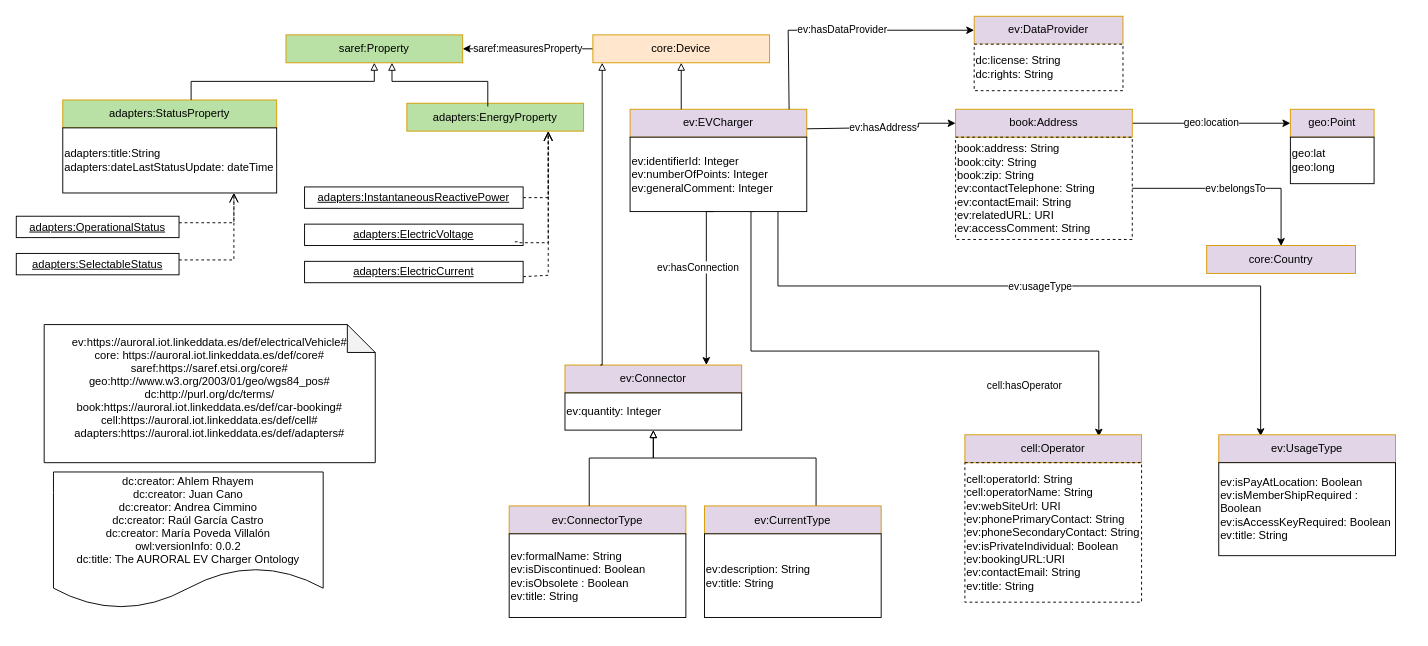
Earlier version of the draw.io diagram diagrams/EV-charger.drawio (oeg-upm/auroral-VehicleCharger-ontology). Source tidied: cells renumbered, new cells numbered last; positions are measured from the earlier drawing's top-left corner, leaving out a move shared by most shapes. Both pictures are drawn from the tidied source at 93%, with x=0, y=0 at pixel (16, 16).
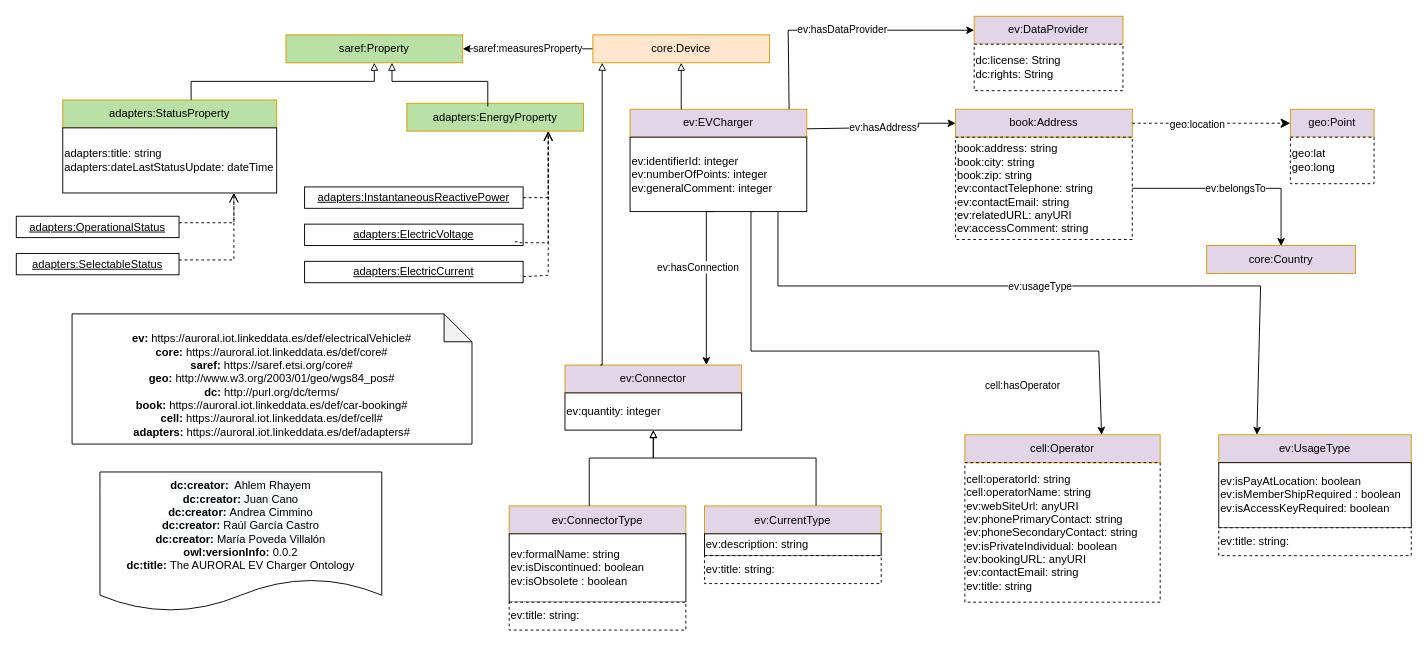
Above is the later version.

Unchanged cells that the change refers to:
```xml
<mxCell id="17" value="book:Address" style="rounded=0;whiteSpace=wrap;html=1;snapToPoint=1;points=[[0.1,0],[0.2,0],[0.3,0],[0.4,0],[0.5,0],[0.6,0],[0.7,0],[0.8,0],[0.9,0],[0,0.1],[0,0.3],[0,0.5],[0,0.7],[0,0.9],[0.1,1],[0.2,1],[0.3,1],[0.4,1],[0.5,1],[0.6,1],[0.7,1],[0.8,1],[0.9,1],[1,0.1],[1,0.3],[1,0.5],[1,0.7],[1,0.9]];fillColor=#E1D5E7;strokeColor=#d79b00;shadow=0;" parent="1" vertex="1">
  <mxGeometry x="1010" y="100" width="190" height="30" as="geometry" />
</mxCell>
<mxCell id="20" value="geo:Point" style="rounded=0;whiteSpace=wrap;html=1;snapToPoint=1;points=[[0.1,0],[0.2,0],[0.3,0],[0.4,0],[0.5,0],[0.6,0],[0.7,0],[0.8,0],[0.9,0],[0,0.1],[0,0.3],[0,0.5],[0,0.7],[0,0.9],[0.1,1],[0.2,1],[0.3,1],[0.4,1],[0.5,1],[0.6,1],[0.7,1],[0.8,1],[0.9,1],[1,0.1],[1,0.3],[1,0.5],[1,0.7],[1,0.9]];fillColor=#E1D5E7;strokeColor=#d79b00;shadow=0;" parent="1" vertex="1">
  <mxGeometry x="1370" y="100" width="90" height="30" as="geometry" />
</mxCell>
```

The edit, as a diff of the source:
```diff
@@
-    <mxCell id="7" style="edgeStyle=orthogonalEdgeStyle;rounded=0;jettySize=auto;html=1;entryX=0.758;entryY=0.067;entryDx=0;entryDy=0;entryPerimeter=0;exitX=0.7;exitY=1;exitDx=0;exitDy=0;" parent="1" edge="1" source="11" target="12">
+    <mxCell id="7" style="edgeStyle=orthogonalEdgeStyle;rounded=0;jettySize=auto;html=1;exitX=0.7;exitY=1;exitDx=0;exitDy=0;" parent="1" edge="1" source="11" target="12">
       <mxGeometry relative="1" as="geometry">
         <Array as="points">
           <mxPoint x="790" y="210" />
           <mxPoint x="790" y="360" />
           <mxPoint x="1164" y="360" />
         </Array>
       </mxGeometry>
     </mxCell>
@@
-    <mxCell id="9" style="edgeStyle=orthogonalEdgeStyle;rounded=0;jettySize=auto;html=1;exitX=0.837;exitY=1;exitDx=0;exitDy=0;exitPerimeter=0;entryX=0.237;entryY=0.05;entryDx=0;entryDy=0;entryPerimeter=0;" parent="1" edge="1" source="11" target="14">
+    <mxCell id="9" style="edgeStyle=orthogonalEdgeStyle;rounded=0;jettySize=auto;html=1;exitX=0.837;exitY=1;exitDx=0;exitDy=0;exitPerimeter=0;" parent="1" edge="1" source="11" target="14">
       <mxGeometry relative="1" as="geometry">
         <Array as="points">
           <mxPoint x="819" y="290" />
           <mxPoint x="1338" y="290" />
         </Array>
       </mxGeometry>
     </mxCell>
@@
-    <mxCell id="11" value="ev:identifierId: Integer&amp;nbsp;&lt;br&gt;ev:numberOfPoints: Integer&lt;br&gt;ev:generalComment: Integer" style="rounded=0;whiteSpace=wrap;html=1;snapToPoint=1;points=[[0.1,0],[0.2,0],[0.3,0],[0.4,0],[0.5,0],[0.6,0],[0.7,0],[0.8,0],[0.9,0],[0,0.1],[0,0.3],[0,0.5],[0,0.7],[0,0.9],[0.1,1],[0.2,1],[0.3,1],[0.4,1],[0.5,1],[0.6,1],[0.7,1],[0.8,1],[0.9,1],[1,0.1],[1,0.3],[1,0.5],[1,0.7],[1,0.9]];align=left;" parent="1" vertex="1">
+    <mxCell id="11" value="ev:identifierId: integer&amp;nbsp;&lt;br&gt;ev:numberOfPoints: integer&lt;br&gt;ev:generalComment: integer" style="rounded=0;whiteSpace=wrap;html=1;snapToPoint=1;points=[[0.1,0],[0.2,0],[0.3,0],[0.4,0],[0.5,0],[0.6,0],[0.7,0],[0.8,0],[0.9,0],[0,0.1],[0,0.3],[0,0.5],[0,0.7],[0,0.9],[0.1,1],[0.2,1],[0.3,1],[0.4,1],[0.5,1],[0.6,1],[0.7,1],[0.8,1],[0.9,1],[1,0.1],[1,0.3],[1,0.5],[1,0.7],[1,0.9]];align=left;" parent="1" vertex="1">
       <mxGeometry x="660" y="130" width="190" height="80" as="geometry" />
     </mxCell>
     <mxCell id="12" value="cell:Operator" style="rounded=0;whiteSpace=wrap;html=1;snapToPoint=1;points=[[0.1,0],[0.2,0],[0.3,0],[0.4,0],[0.5,0],[0.6,0],[0.7,0],[0.8,0],[0.9,0],[0,0.1],[0,0.3],[0,0.5],[0,0.7],[0,0.9],[0.1,1],[0.2,1],[0.3,1],[0.4,1],[0.5,1],[0.6,1],[0.7,1],[0.8,1],[0.9,1],[1,0.1],[1,0.3],[1,0.5],[1,0.7],[1,0.9]];fillColor=#E1D5E7;strokeColor=#d79b00;shadow=0;" parent="1" vertex="1">
-      <mxGeometry x="1020" y="450" width="190" height="30" as="geometry" />
+      <mxGeometry x="1020" y="450" width="210" height="30" as="geometry" />
     </mxCell>
@@
     <mxCell id="14" value="&lt;span style=&quot;font-weight: normal&quot;&gt;ev:UsageType&lt;/span&gt;" style="rounded=0;whiteSpace=wrap;html=1;snapToPoint=1;points=[[0.1,0],[0.2,0],[0.3,0],[0.4,0],[0.5,0],[0.6,0],[0.7,0],[0.8,0],[0.9,0],[0,0.1],[0,0.3],[0,0.5],[0,0.7],[0,0.9],[0.1,1],[0.2,1],[0.3,1],[0.4,1],[0.5,1],[0.6,1],[0.7,1],[0.8,1],[0.9,1],[1,0.1],[1,0.3],[1,0.5],[1,0.7],[1,0.9]];fillColor=#E1D5E7;strokeColor=#d79b00;shadow=0;fontStyle=1;" parent="1" vertex="1">
-      <mxGeometry x="1293" y="450" width="190" height="30" as="geometry" />
+      <mxGeometry x="1293" y="450" width="207" height="30" as="geometry" />
     </mxCell>
-    <mxCell id="15" value="ev:isPayAtLocation: Boolean&lt;br&gt;ev:isMemberShipRequired : Boolean&lt;br&gt;ev:isAccessKeyRequired: Boolean&amp;nbsp;&lt;br&gt;ev:title: String" style="rounded=0;whiteSpace=wrap;html=1;align=left;" parent="1" vertex="1">
-      <mxGeometry x="1293" y="480" width="190" height="100" as="geometry" />
+    <mxCell id="15" value="ev:isPayAtLocation: boolean&lt;br&gt;ev:isMemberShipRequired : boolean&lt;br&gt;ev:isAccessKeyRequired: boolean&amp;nbsp;&lt;br&gt;" style="rounded=0;whiteSpace=wrap;html=1;align=left;" parent="1" vertex="1">
+      <mxGeometry x="1293" y="480" width="207" height="70" as="geometry" />
     </mxCell>
-    <mxCell id="16" value="geo:location" style="edgeStyle=orthogonalEdgeStyle;rounded=0;jettySize=auto;html=1;" parent="1" edge="1" source="17" target="20">
-      <mxGeometry relative="1" as="geometry" />
-    </mxCell>
@@
-    <mxCell id="21" value="geo:lat&lt;br&gt;geo:long" style="rounded=0;whiteSpace=wrap;html=1;align=left;" parent="1" vertex="1">
-      <mxGeometry x="1370" y="130" width="90" height="50" as="geometry" />
-    </mxCell>
@@
-    <mxCell id="25" value="adapters:title:String&lt;br&gt;adapters:dateLastStatusUpdate: dateTime" style="rounded=0;whiteSpace=wrap;html=1;snapToPoint=1;points=[[0.1,0],[0.2,0],[0.3,0],[0.4,0],[0.5,0],[0.6,0],[0.7,0],[0.8,0],[0.9,0],[0,0.1],[0,0.3],[0,0.5],[0,0.7],[0,0.9],[0.1,1],[0.2,1],[0.3,1],[0.4,1],[0.5,1],[0.6,1],[0.7,1],[0.8,1],[0.9,1],[1,0.1],[1,0.3],[1,0.5],[1,0.7],[1,0.9]];align=left;" parent="1" vertex="1">
+    <mxCell id="25" value="adapters:title: string&lt;br&gt;adapters:dateLastStatusUpdate: dateTime" style="rounded=0;whiteSpace=wrap;html=1;snapToPoint=1;points=[[0.1,0],[0.2,0],[0.3,0],[0.4,0],[0.5,0],[0.6,0],[0.7,0],[0.8,0],[0.9,0],[0,0.1],[0,0.3],[0,0.5],[0,0.7],[0,0.9],[0.1,1],[0.2,1],[0.3,1],[0.4,1],[0.5,1],[0.6,1],[0.7,1],[0.8,1],[0.9,1],[1,0.1],[1,0.3],[1,0.5],[1,0.7],[1,0.9]];align=left;" parent="1" vertex="1">
       <mxGeometry x="50" y="120" width="230" height="70" as="geometry" />
     </mxCell>
@@
-    <mxCell id="28" value="ev:formalName: String&lt;br&gt;ev:isDiscontinued: Boolean&lt;br&gt;ev:isObsolete : Boolean&lt;br&gt;ev:title: String" style="rounded=0;whiteSpace=wrap;html=1;align=left;" parent="1" vertex="1">
-      <mxGeometry x="530" y="556.5" width="190" height="90" as="geometry" />
+    <mxCell id="28" value="ev:formalName: string&lt;br&gt;ev:isDiscontinued: boolean&lt;br&gt;ev:isObsolete : boolean" style="rounded=0;whiteSpace=wrap;html=1;align=left;" parent="1" vertex="1">
+      <mxGeometry x="530" y="556.5" width="190" height="73.5" as="geometry" />
     </mxCell>
@@
-    <mxCell id="36" value="ev:quantity: Integer" style="rounded=0;whiteSpace=wrap;html=1;snapToPoint=1;points=[[0.1,0],[0.2,0],[0.3,0],[0.4,0],[0.5,0],[0.6,0],[0.7,0],[0.8,0],[0.9,0],[0,0.1],[0,0.3],[0,0.5],[0,0.7],[0,0.9],[0.1,1],[0.2,1],[0.3,1],[0.4,1],[0.5,1],[0.6,1],[0.7,1],[0.8,1],[0.9,1],[1,0.1],[1,0.3],[1,0.5],[1,0.7],[1,0.9]];align=left;" parent="1" vertex="1">
+    <mxCell id="36" value="ev:quantity: integer" style="rounded=0;whiteSpace=wrap;html=1;snapToPoint=1;points=[[0.1,0],[0.2,0],[0.3,0],[0.4,0],[0.5,0],[0.6,0],[0.7,0],[0.8,0],[0.9,0],[0,0.1],[0,0.3],[0,0.5],[0,0.7],[0,0.9],[0.1,1],[0.2,1],[0.3,1],[0.4,1],[0.5,1],[0.6,1],[0.7,1],[0.8,1],[0.9,1],[1,0.1],[1,0.3],[1,0.5],[1,0.7],[1,0.9]];align=left;" parent="1" vertex="1">
       <mxGeometry x="590" y="405" width="190" height="40" as="geometry" />
     </mxCell>
@@
-    <mxCell id="41" value="ev:description: String&lt;br&gt;ev:title: String" style="rounded=0;whiteSpace=wrap;html=1;align=left;" parent="1" vertex="1">
-      <mxGeometry x="740" y="556.5" width="190" height="90" as="geometry" />
+    <mxCell id="41" value="ev:description: string&lt;br&gt;" style="rounded=0;whiteSpace=wrap;html=1;align=left;" parent="1" vertex="1">
+      <mxGeometry x="740" y="556.5" width="190" height="23.5" as="geometry" />
     </mxCell>
@@
-    <mxCell id="46" value="dc:creator: Ahlem Rhayem&#10;dc:creator: Juan Cano&#10;dc:creator: Andrea Cimmino&#10;dc:creator: Raúl García Castro&#10;dc:creator: María Poveda Villalón&#10;owl:versionInfo: 0.0.2&#10;dc:title: The AURORAL EV Charger Ontology" style="shape=document;boundedLbl=1;" parent="1" vertex="1">
-      <mxGeometry x="40" y="490" width="290" height="147" as="geometry" />
-    </mxCell>
-    <mxCell id="47" value="&#10;ev:https://auroral.iot.linkeddata.es/def/electricalVehicle#&#10;core: https://auroral.iot.linkeddata.es/def/core#&#10;saref:https://saref.etsi.org/core#&#10;geo:http://www.w3.org/2003/01/geo/wgs84_pos#&#10;dc:http://purl.org/dc/terms/&#10;book:https://auroral.iot.linkeddata.es/def/car-booking#&#10;cell:https://auroral.iot.linkeddata.es/def/cell#&#10;adapters:https://auroral.iot.linkeddata.es/def/adapters#&#10;&#10;" style="shape=note;backgroundOutline=1;darkOpacity=0.05;" parent="1" vertex="1">
-      <mxGeometry x="30" y="331.5" width="356" height="148.5" as="geometry" />
-    </mxCell>
@@
-    <mxCell id="53" value="book:address: String&lt;br&gt;book:city: String&lt;br&gt;book:zip: String&lt;br&gt;ev:contactTelephone: String&lt;br&gt;ev:contactEmail: String&lt;br&gt;ev:relatedURL: URI&lt;br&gt;ev:accessComment: String&amp;nbsp;" style="rounded=0;whiteSpace=wrap;html=1;snapToPoint=1;points=[[0.1,0],[0.2,0],[0.3,0],[0.4,0],[0.5,0],[0.6,0],[0.7,0],[0.8,0],[0.9,0],[0,0.1],[0,0.3],[0,0.5],[0,0.7],[0,0.9],[0.1,1],[0.2,1],[0.3,1],[0.4,1],[0.5,1],[0.6,1],[0.7,1],[0.8,1],[0.9,1],[1,0.1],[1,0.3],[1,0.5],[1,0.7],[1,0.9]];dashed=1;fillColor=none;align=left;" parent="1" vertex="1">
+    <mxCell id="53" value="book:address: string&lt;br&gt;book:city: string&lt;br&gt;book:zip: string&lt;br&gt;ev:contactTelephone: string&lt;br&gt;ev:contactEmail: string&lt;br&gt;ev:relatedURL: anyURI&lt;br&gt;ev:accessComment: string&amp;nbsp;" style="rounded=0;whiteSpace=wrap;html=1;snapToPoint=1;points=[[0.1,0],[0.2,0],[0.3,0],[0.4,0],[0.5,0],[0.6,0],[0.7,0],[0.8,0],[0.9,0],[0,0.1],[0,0.3],[0,0.5],[0,0.7],[0,0.9],[0.1,1],[0.2,1],[0.3,1],[0.4,1],[0.5,1],[0.6,1],[0.7,1],[0.8,1],[0.9,1],[1,0.1],[1,0.3],[1,0.5],[1,0.7],[1,0.9]];dashed=1;fillColor=none;align=left;" parent="1" vertex="1">
       <mxGeometry x="1010" y="130" width="190" height="110" as="geometry" />
     </mxCell>
-    <mxCell id="54" value="cell:operatorId: String&lt;br&gt;cell:operatorName: String&lt;br&gt;ev:webSiteUrl: URI&lt;br&gt;ev:phonePrimaryContact: String&lt;br&gt;ev:phoneSecondaryContact: String&lt;br&gt;ev:isPrivateIndividual: Boolean&lt;br&gt;ev:bookingURL:URI&lt;br&gt;ev:contactEmail: String&lt;br&gt;ev:title: String&amp;nbsp;&amp;nbsp;" style="rounded=0;whiteSpace=wrap;html=1;dashed=1;fillColor=none;align=left;" parent="1" vertex="1">
-      <mxGeometry x="1020" y="480" width="190" height="150" as="geometry" />
+    <mxCell id="54" value="cell:operatorId: string&lt;br&gt;cell:operatorName: string&lt;br&gt;ev:webSiteUrl: anyURI&lt;br&gt;ev:phonePrimaryContact: string&lt;br&gt;ev:phoneSecondaryContact: string&lt;br&gt;ev:isPrivateIndividual: boolean&lt;br&gt;ev:bookingURL: anyURI&lt;br&gt;ev:contactEmail: string&lt;br&gt;ev:title: string&amp;nbsp;&amp;nbsp;" style="rounded=0;whiteSpace=wrap;html=1;dashed=1;fillColor=none;align=left;" parent="1" vertex="1">
+      <mxGeometry x="1020" y="480" width="210" height="150" as="geometry" />
     </mxCell>
+    <mxCell id="55" value="&lt;div&gt;&amp;nbsp;&lt;/div&gt;&lt;b&gt;ev:&lt;/b&gt; https://auroral.iot.linkeddata.es/def/electricalVehicle#&lt;br&gt;&lt;b&gt;core:&amp;nbsp;&lt;/b&gt;https://auroral.iot.linkeddata.es/def/core#&lt;br&gt;&lt;b&gt;saref:&lt;/b&gt; https://saref.etsi.org/core#&lt;br&gt;&lt;b&gt;geo:&lt;/b&gt; http://www.w3.org/2003/01/geo/wgs84_pos#&lt;br&gt;&lt;b&gt;dc:&lt;/b&gt; http://purl.org/dc/terms/&lt;br&gt;&lt;b&gt;book:&lt;/b&gt; https://auroral.iot.linkeddata.es/def/car-booking#&lt;br&gt;&lt;b&gt;cell:&lt;/b&gt; https://auroral.iot.linkeddata.es/def/cell#&lt;br&gt;&lt;b&gt;adapters:&lt;/b&gt; https://auroral.iot.linkeddata.es/def/adapters#" style="shape=note;whiteSpace=wrap;html=1;backgroundOutline=1;darkOpacity=0.05;" parent="1" vertex="1">
+      <mxGeometry x="60" y="320" width="430" height="140" as="geometry" />
+    </mxCell>
+    <mxCell id="46" value="&lt;div&gt;&lt;span style=&quot;background-color: rgb(248 , 249 , 250)&quot;&gt;&lt;b&gt;dc:creator:&amp;nbsp;&lt;/b&gt; Ahlem Rhayem&lt;/span&gt;&lt;br&gt;&lt;/div&gt;&lt;div&gt;&lt;span style=&quot;background-color: rgb(248 , 249 , 250)&quot;&gt;&lt;b&gt;dc:creator:&lt;/b&gt; Juan Cano&lt;/span&gt;&lt;span style=&quot;background-color: rgb(248 , 249 , 250)&quot;&gt;&lt;br&gt;&lt;/span&gt;&lt;/div&gt;&lt;div&gt;&lt;span style=&quot;background-color: rgb(248 , 249 , 250)&quot;&gt;&lt;b&gt;dc:creator:&amp;nbsp;&lt;/b&gt;Andrea Cimmino&lt;/span&gt;&lt;span style=&quot;background-color: rgb(248 , 249 , 250)&quot;&gt;&lt;br&gt;&lt;/span&gt;&lt;/div&gt;&lt;div&gt;&lt;span style=&quot;background-color: rgb(248 , 249 , 250)&quot;&gt;&lt;b&gt;dc:creator:&lt;/b&gt; Raúl García Castro&lt;/span&gt;&lt;span style=&quot;background-color: rgb(248 , 249 , 250)&quot;&gt;&lt;br&gt;&lt;/span&gt;&lt;/div&gt;&lt;div&gt;&lt;span style=&quot;background-color: rgb(248 , 249 , 250)&quot;&gt;&lt;b&gt;dc:creator:&lt;/b&gt; María Poveda Villalón&lt;/span&gt;&lt;span style=&quot;background-color: rgb(248 , 249 , 250)&quot;&gt;&lt;br&gt;&lt;/span&gt;&lt;/div&gt;&lt;div&gt;&lt;b&gt;owl:versionInfo:&lt;/b&gt; 0.0.2&lt;/div&gt;&lt;div&gt;&lt;b&gt;dc:title:&lt;/b&gt;&amp;nbsp;The AURORAL EV Charger Ontology&lt;/div&gt;" style="shape=document;whiteSpace=wrap;html=1;boundedLbl=1;labelBackgroundColor=#ffffff;strokeColor=#000000;fontSize=12;fontColor=#000000;size=0.23333333333333334;" parent="1" vertex="1">
+      <mxGeometry x="90" y="490" width="303" height="150" as="geometry" />
+    </mxCell>
+    <mxCell id="21" value="&lt;div&gt;geo:lat&lt;/div&gt;&lt;div&gt;geo:long&lt;/div&gt;" style="rounded=0;whiteSpace=wrap;html=1;dashed=1;align=left;" parent="1" vertex="1">
+      <mxGeometry x="1370" y="130" width="90" height="50" as="geometry" />
+    </mxCell>
+    <mxCell id="56" style="endArrow=classic;html=1;exitX=1;exitY=0.5;exitDx=0;exitDy=0;endSize=8;dashed=1;arcSize=0;rounded=0;" parent="1" edge="1" source="17" target="20">
+      <mxGeometry relative="1" as="geometry" />
+    </mxCell>
+    <mxCell id="16" value="&lt;div&gt;geo:location&lt;/div&gt;" style="edgeLabel;html=1;align=center;verticalAlign=middle;" parent="56" vertex="1">
+      <mxGeometry x="-0.19" y="-1" relative="1" as="geometry" />
+    </mxCell>
+    <mxCell id="57" value="&lt;div&gt;ev:title: string&lt;span&gt;:&lt;/span&gt;&lt;/div&gt;" style="rounded=0;whiteSpace=wrap;html=1;dashed=1;align=left;" parent="1" vertex="1">
+      <mxGeometry x="740" y="580" width="190" height="30" as="geometry" />
+    </mxCell>
+    <mxCell id="58" value="&lt;div&gt;ev:title: string&lt;span&gt;:&lt;/span&gt;&lt;/div&gt;" style="rounded=0;whiteSpace=wrap;html=1;dashed=1;align=left;" parent="1" vertex="1">
+      <mxGeometry x="1293" y="550" width="207" height="30" as="geometry" />
+    </mxCell>
+    <mxCell id="59" value="&lt;div&gt;ev:title: string&lt;span&gt;:&lt;/span&gt;&lt;/div&gt;" style="rounded=0;whiteSpace=wrap;html=1;dashed=1;align=left;" parent="1" vertex="1">
+      <mxGeometry x="530" y="630" width="190" height="30" as="geometry" />
+    </mxCell>
```
